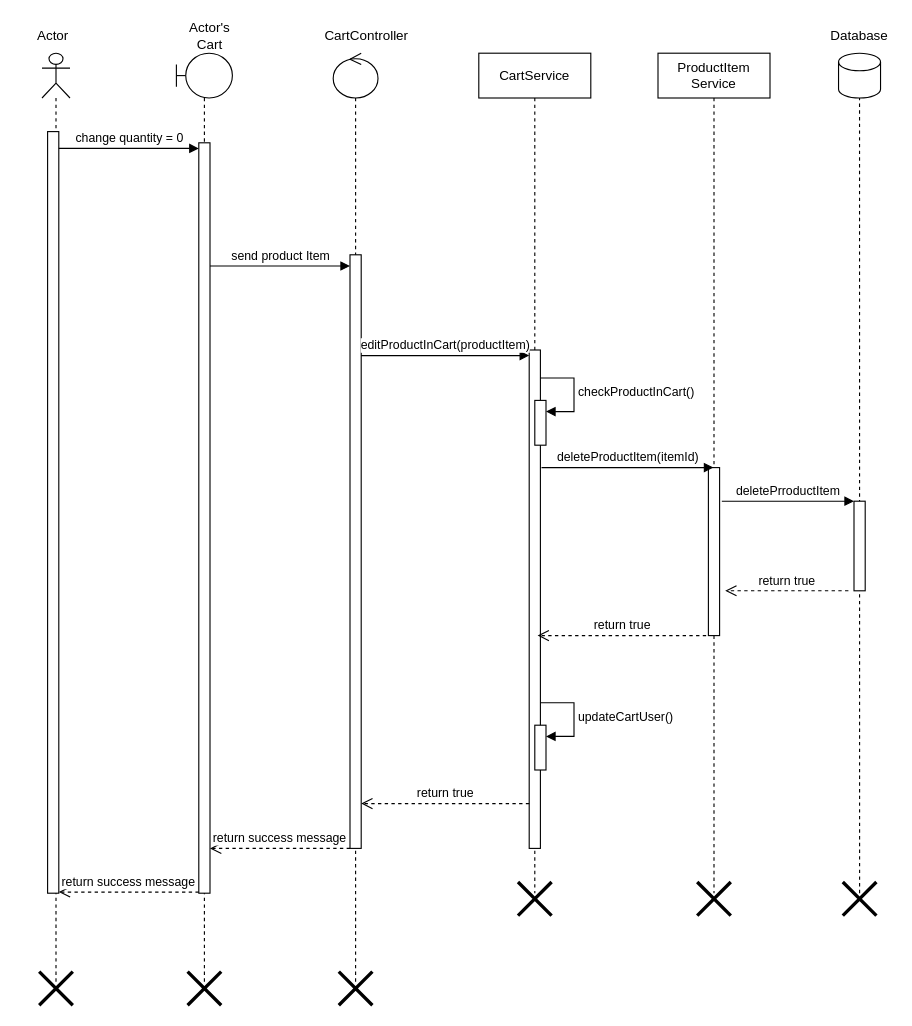
This is WatchStoreDocs/UseCase/2. User/UC005-ManageProductInCart/UC005C-DeleteProductInCart/UC005C-sequence.drawio from HuYssss/WatchStore, a draw.io file, before an edit. Source tidied: cells renumbered, new cells numbered last; positions are measured from the earlier drawing's top-left corner, leaving out a move shared by most shapes. Both pictures are drawn from the tidied source at 112%, with x=0, y=0 at pixel (19, 19).
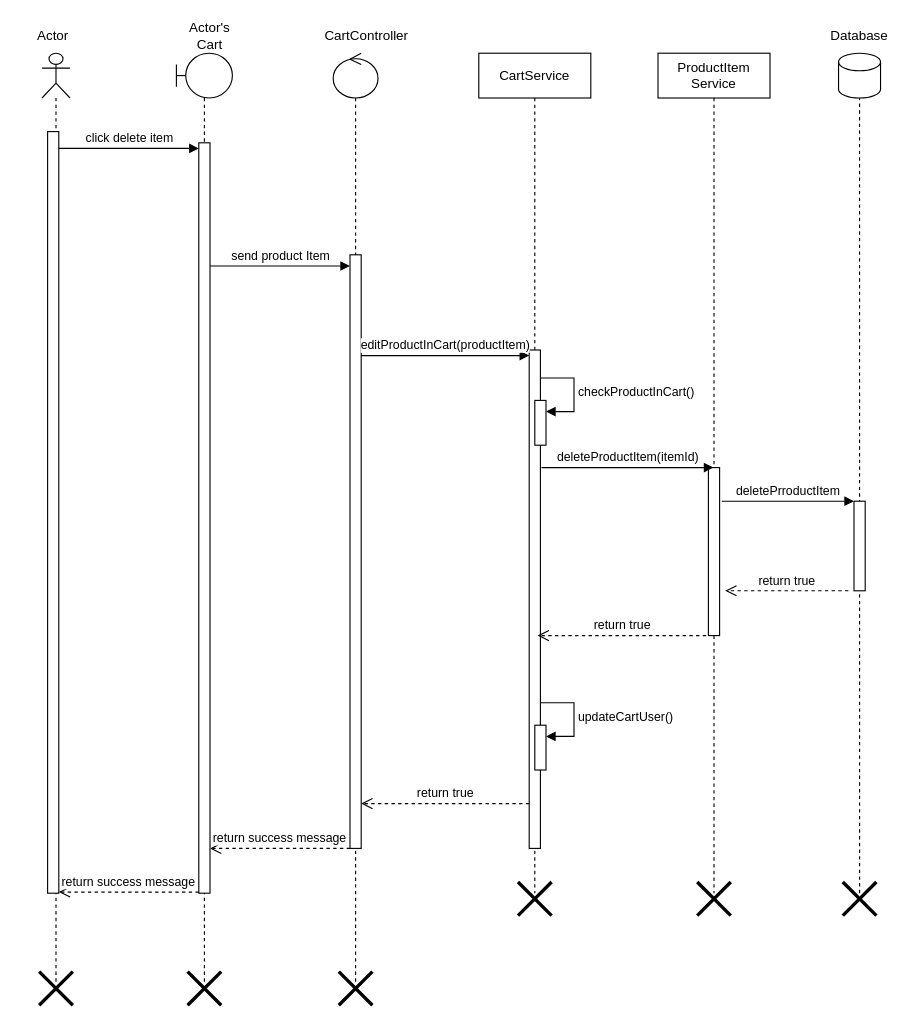
The same page after the edit.

The change refers to these unchanged cells:
```xml
<mxCell id="3" style="html=1;points=[[0,0,0,0,5],[0,1,0,0,-5],[1,0,0,0,5],[1,1,0,0,-5]];perimeter=orthogonalPerimeter;outlineConnect=0;targetShapes=umlLifeline;portConstraint=eastwest;newEdgeStyle={&quot;curved&quot;:0,&quot;rounded&quot;:0};" parent="2" vertex="1">
  <mxGeometry x="5" y="70" width="10" height="680" as="geometry" />
</mxCell>
<mxCell id="6" style="html=1;points=[[0,0,0,0,5],[0,1,0,0,-5],[1,0,0,0,5],[1,1,0,0,-5]];perimeter=orthogonalPerimeter;outlineConnect=0;targetShapes=umlLifeline;portConstraint=eastwest;newEdgeStyle={&quot;curved&quot;:0,&quot;rounded&quot;:0};" parent="5" vertex="1">
  <mxGeometry x="20" y="80" width="10" height="670" as="geometry" />
</mxCell>
```

Diff of the diagram source:
```diff
@@
-    <mxCell id="8" value="change quantity = 0" style="html=1;verticalAlign=bottom;startArrow=none;endArrow=block;startSize=8;curved=0;rounded=0;entryX=0;entryY=0;entryDx=0;entryDy=5;startFill=0;" parent="1" edge="1" source="3" target="6">
+    <mxCell id="8" value="click delete item" style="html=1;verticalAlign=bottom;startArrow=none;endArrow=block;startSize=8;curved=0;rounded=0;entryX=0;entryY=0;entryDx=0;entryDy=5;startFill=0;" parent="1" edge="1" source="3" target="6">
       <mxGeometry x="0.01" relative="1" as="geometry" />
     </mxCell>
```
